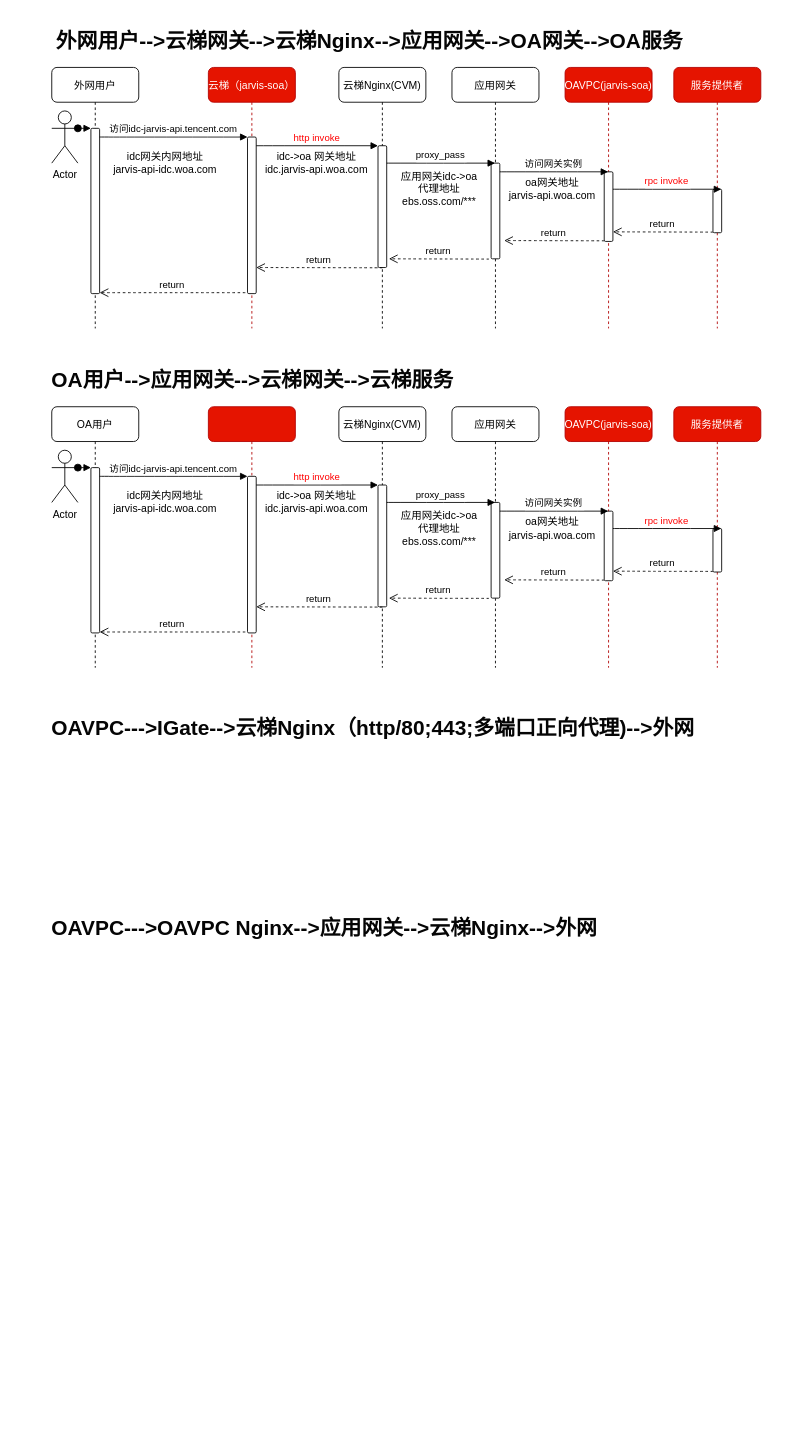
1247691206/JavaArchitect keeps this draw.io diagram as 链路调用（Cloud版本）.drawio. Above is the earlier version. Source tidied: cells renumbered, new cells numbered last; positions are measured from the earlier drawing's top-left corner, leaving out a move shared by most shapes. Both pictures are drawn from the tidied source at 87%, with x=0, y=0 at pixel (47, 23).
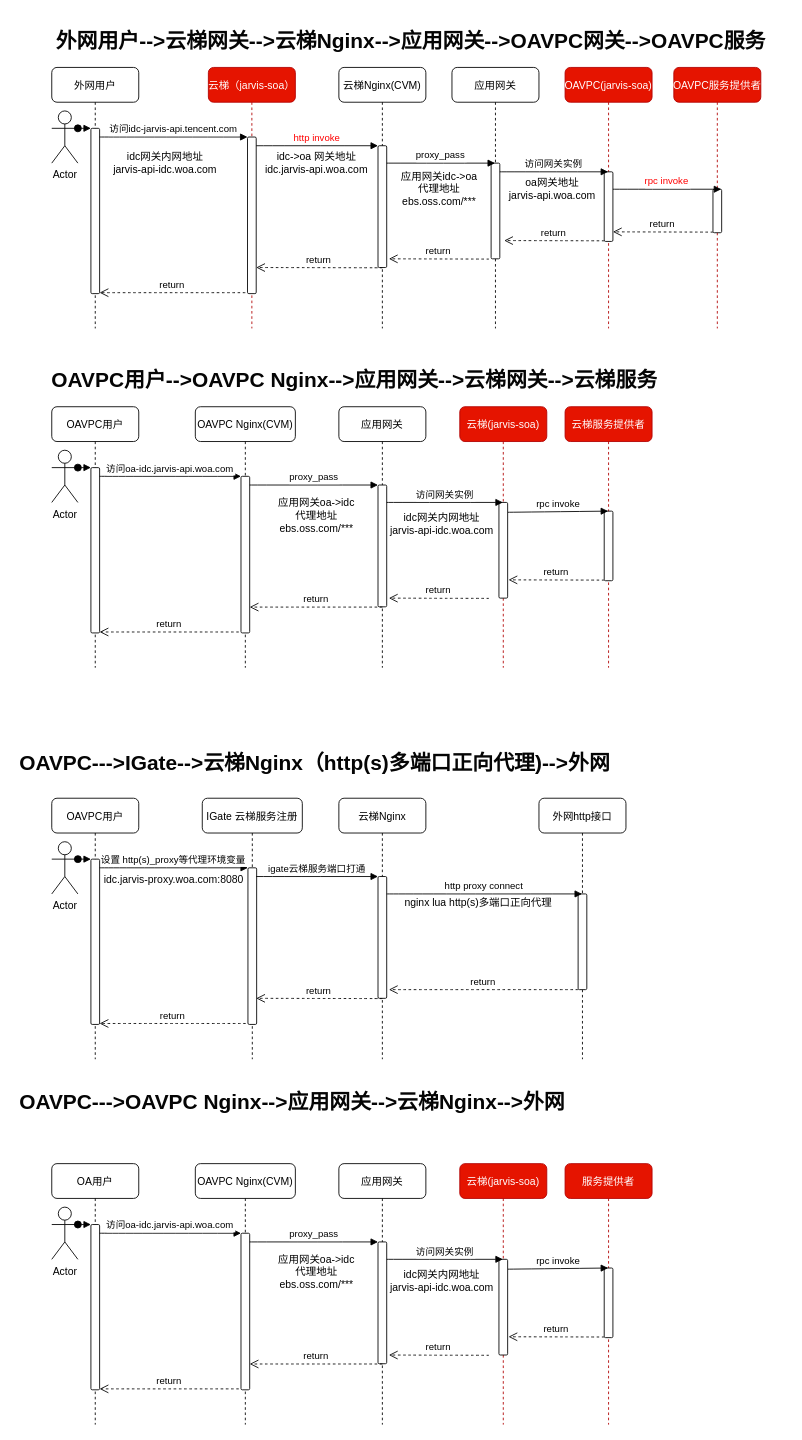
After the change.

Commit message (it also covers changes not shown here):
Update 链路调用（Cloud版本）.drawio

Unchanged cells that the change refers to:
```xml
<mxCell id="35" style="points=[];perimeter=orthogonalPerimeter;shadow=0;strokeWidth=1;rounded=1;" parent="34" vertex="1">
  <mxGeometry x="45" y="70" width="10" height="190" as="geometry" />
</mxCell>
<mxCell id="43" style="points=[];perimeter=orthogonalPerimeter;shadow=0;strokeWidth=1;rounded=1;" parent="42" vertex="1">
  <mxGeometry x="45" y="110" width="10" height="110" as="geometry" />
</mxCell>
```

Change to the diagram source:
```diff
@@
-    <mxCell id="20" value="服务提供者" style="shape=umlLifeline;perimeter=lifelinePerimeter;shadow=0;strokeWidth=1;rounded=1;fillColor=#e51400;strokeColor=#B20000;fontColor=#ffffff;" parent="1" vertex="1">
+    <mxCell id="20" value="OAVPC服务提供者" style="shape=umlLifeline;perimeter=lifelinePerimeter;shadow=0;strokeWidth=1;rounded=1;fillColor=#e51400;strokeColor=#B20000;fontColor=#ffffff;" parent="1" vertex="1">
       <mxGeometry x="720" y="50" width="100" height="300" as="geometry" />
     </mxCell>
@@
-    <mxCell id="30" value="&lt;h1&gt;外网用户--&amp;gt;云梯网关--&amp;gt;云梯Nginx--&amp;gt;应用网关--&amp;gt;OA网关--&amp;gt;OA服务&lt;/h1&gt;" style="text;html=1;strokeColor=none;fillColor=none;spacing=5;spacingTop=-20;whiteSpace=wrap;overflow=hidden;rounded=0;fontColor=#050505;" parent="1" vertex="1">
-      <mxGeometry x="5" width="735" height="40" as="geometry" />
+    <mxCell id="30" value="&lt;h1&gt;外网用户--&amp;gt;云梯网关--&amp;gt;云梯Nginx--&amp;gt;应用网关--&amp;gt;OAVPC网关--&amp;gt;OAVPC服务&lt;/h1&gt;" style="text;html=1;strokeColor=none;fillColor=none;spacing=5;spacingTop=-20;whiteSpace=wrap;overflow=hidden;rounded=0;fontColor=#050505;" parent="1" vertex="1">
+      <mxGeometry x="5" width="845" height="40" as="geometry" />
     </mxCell>
-    <mxCell id="31" value="&lt;h1&gt;OA用户--&amp;gt;应用网关--&amp;gt;云梯网关--&amp;gt;云梯服务&lt;/h1&gt;" style="text;html=1;strokeColor=none;fillColor=none;spacing=5;spacingTop=-20;whiteSpace=wrap;overflow=hidden;rounded=0;fontColor=#050505;" parent="1" vertex="1">
-      <mxGeometry y="390" width="585" height="40" as="geometry" />
+    <mxCell id="31" value="&lt;h1&gt;OAVPC用户--&amp;gt;OAVPC Nginx--&amp;gt;应用网关--&amp;gt;云梯网关--&amp;gt;云梯服务&lt;/h1&gt;" style="text;html=1;strokeColor=none;fillColor=none;spacing=5;spacingTop=-20;whiteSpace=wrap;overflow=hidden;rounded=0;fontColor=#050505;" parent="1" vertex="1">
+      <mxGeometry y="390" width="730" height="40" as="geometry" />
     </mxCell>
-    <mxCell id="32" value="&lt;h1&gt;OAVPC---&amp;gt;IGate--&amp;gt;云梯Nginx（http/80;443;多端口正向代理)--&amp;gt;外网&lt;/h1&gt;" style="text;html=1;strokeColor=none;fillColor=none;spacing=5;spacingTop=-20;whiteSpace=wrap;overflow=hidden;rounded=0;fontColor=#050505;" parent="1" vertex="1">
-      <mxGeometry y="790" width="755" height="40" as="geometry" />
+    <mxCell id="32" value="&lt;h1&gt;OAVPC---&amp;gt;IGate--&amp;gt;云梯Nginx（http(s)多端口正向代理)--&amp;gt;外网&lt;/h1&gt;" style="text;html=1;strokeColor=none;fillColor=none;spacing=5;spacingTop=-20;whiteSpace=wrap;overflow=hidden;rounded=0;fontColor=#050505;" parent="1" vertex="1">
+      <mxGeometry x="-37.5" y="830" width="755" height="40" as="geometry" />
     </mxCell>
     <mxCell id="33" value="&lt;h1&gt;OAVPC---&amp;gt;OAVPC Nginx--&amp;gt;应用网关--&amp;gt;云梯Nginx--&amp;gt;外网&lt;/h1&gt;" style="text;html=1;strokeColor=none;fillColor=none;spacing=5;spacingTop=-20;whiteSpace=wrap;overflow=hidden;rounded=0;fontColor=#050505;" parent="1" vertex="1">
-      <mxGeometry y="1020" width="755" height="40" as="geometry" />
+      <mxGeometry x="-37.5" y="1220" width="755" height="40" as="geometry" />
     </mxCell>
-    <mxCell id="34" value="OA用户" style="shape=umlLifeline;perimeter=lifelinePerimeter;shadow=0;strokeWidth=1;rounded=1;" parent="1" vertex="1">
+    <mxCell id="34" value="OAVPC用户" style="shape=umlLifeline;perimeter=lifelinePerimeter;shadow=0;strokeWidth=1;rounded=1;" parent="1" vertex="1">
       <mxGeometry x="5" y="440" width="100" height="300" as="geometry" />
     </mxCell>
@@
-    <mxCell id="36" style="shape=umlLifeline;perimeter=lifelinePerimeter;shadow=0;strokeWidth=1;rounded=1;fillColor=#e51400;strokeColor=#B20000;fontColor=#ffffff;" parent="1" vertex="1">
-      <mxGeometry x="185" y="440" width="100" height="300" as="geometry" />
+    <mxCell id="36" value="OAVPC Nginx(CVM)" style="shape=umlLifeline;perimeter=lifelinePerimeter;shadow=0;strokeWidth=1;rounded=1;" parent="1" vertex="1">
+      <mxGeometry x="170" y="440" width="115" height="300" as="geometry" />
     </mxCell>
     <mxCell id="37" style="points=[];perimeter=orthogonalPerimeter;shadow=0;strokeWidth=1;rounded=1;" parent="36" vertex="1">
-      <mxGeometry x="45" y="80" width="10" height="180" as="geometry" />
+      <mxGeometry x="52.5" y="80" width="10" height="180" as="geometry" />
     </mxCell>
@@
-    <mxCell id="39" value="访问idc-jarvis-api.tencent.com" style="verticalAlign=bottom;endArrow=block;entryX=0;entryY=0;shadow=0;strokeWidth=1;curved=1;" parent="1" edge="1" source="35" target="37">
+    <mxCell id="39" value="访问oa-idc.jarvis-api.woa.com" style="verticalAlign=bottom;endArrow=block;entryX=0;entryY=0;shadow=0;strokeWidth=1;curved=1;" parent="1" edge="1" source="35" target="37">
       <mxGeometry relative="1" as="geometry" />
     </mxCell>
-    <mxCell id="40" value="云梯Nginx(CVM)" style="shape=umlLifeline;perimeter=lifelinePerimeter;shadow=0;strokeWidth=1;rounded=1;" parent="1" vertex="1">
+    <mxCell id="40" value="应用网关" style="shape=umlLifeline;perimeter=lifelinePerimeter;shadow=0;strokeWidth=1;rounded=1;" parent="1" vertex="1">
       <mxGeometry x="335" y="440" width="100" height="300" as="geometry" />
     </mxCell>
@@
-    <mxCell id="42" value="应用网关" style="shape=umlLifeline;perimeter=lifelinePerimeter;shadow=0;strokeWidth=1;rounded=1;" parent="1" vertex="1">
-      <mxGeometry x="465" y="440" width="100" height="300" as="geometry" />
+    <mxCell id="42" value="云梯(jarvis-soa)" style="shape=umlLifeline;perimeter=lifelinePerimeter;shadow=0;strokeWidth=1;rounded=1;fillColor=#e51400;strokeColor=#B20000;fontColor=#ffffff;" parent="1" vertex="1">
+      <mxGeometry x="474" y="440" width="100" height="300" as="geometry" />
     </mxCell>
@@
-    <mxCell id="44" value="OAVPC(jarvis-soa)" style="shape=umlLifeline;perimeter=lifelinePerimeter;shadow=0;strokeWidth=1;rounded=1;fillColor=#e51400;strokeColor=#B20000;fontColor=#ffffff;" parent="1" vertex="1">
+    <mxCell id="44" value="云梯服务提供者" style="shape=umlLifeline;perimeter=lifelinePerimeter;shadow=0;strokeWidth=1;rounded=1;fillColor=#e51400;strokeColor=#B20000;fontColor=#ffffff;" parent="1" vertex="1">
       <mxGeometry x="595" y="440" width="100" height="300" as="geometry" />
     </mxCell>
@@
-    <mxCell id="46" value="return" style="verticalAlign=bottom;endArrow=open;dashed=1;endSize=8;exitX=0;exitY=0.95;shadow=0;strokeWidth=1;curved=1;" parent="44" edge="1">
-      <mxGeometry relative="1" as="geometry">
-        <mxPoint x="170" y="189.3" as="sourcePoint" />
-        <mxPoint x="55" y="189" as="targetPoint" />
-      </mxGeometry>
-    </mxCell>
@@
-    <mxCell id="49" value="http invoke" style="verticalAlign=bottom;endArrow=block;shadow=0;strokeWidth=1;curved=1;fontColor=#FF0000;" parent="1" edge="1">
+    <mxCell id="49" value="proxy_pass" style="verticalAlign=bottom;endArrow=block;shadow=0;strokeWidth=1;curved=1;fontColor=#050505;" parent="1" edge="1" source="37">
       <mxGeometry relative="1" as="geometry">
-        <mxPoint x="240" y="530" as="sourcePoint" />
         <mxPoint x="380" y="530" as="targetPoint" />
       </mxGeometry>
     </mxCell>
-    <mxCell id="50" value="proxy_pass" style="verticalAlign=bottom;endArrow=block;shadow=0;strokeWidth=1;curved=1;" parent="1" edge="1" target="42">
+    <mxCell id="50" value="访问网关实例" style="verticalAlign=bottom;endArrow=block;shadow=0;strokeWidth=1;curved=1;" parent="1" edge="1" target="42">
       <mxGeometry relative="1" as="geometry">
         <mxPoint x="390" y="550" as="sourcePoint" />
       </mxGeometry>
     </mxCell>
-    <mxCell id="51" value="访问网关实例" style="verticalAlign=bottom;endArrow=block;shadow=0;strokeWidth=1;curved=1;" parent="1" edge="1">
+    <mxCell id="51" value="rpc invoke" style="verticalAlign=bottom;endArrow=block;shadow=0;strokeWidth=1;curved=1;exitX=1.034;exitY=0.103;exitDx=0;exitDy=0;exitPerimeter=0;" parent="1" edge="1" source="43">
       <mxGeometry relative="1" as="geometry">
-        <mxPoint x="520" y="560" as="sourcePoint" />
         <mxPoint x="644.5" y="560" as="targetPoint" />
       </mxGeometry>
     </mxCell>
-    <mxCell id="52" value="服务提供者" style="shape=umlLifeline;perimeter=lifelinePerimeter;shadow=0;strokeWidth=1;rounded=1;fillColor=#e51400;strokeColor=#B20000;fontColor=#ffffff;" parent="1" vertex="1">
-      <mxGeometry x="720" y="440" width="100" height="300" as="geometry" />
-    </mxCell>
-    <mxCell id="53" style="perimeter=orthogonalPerimeter;shadow=0;strokeWidth=1;rounded=1;" parent="52" vertex="1">
-      <mxGeometry x="45" y="140" width="10" height="50" as="geometry" />
-    </mxCell>
-    <mxCell id="54" value="rpc invoke" style="verticalAlign=bottom;endArrow=block;shadow=0;strokeWidth=1;curved=1;fontColor=#FF0000;" parent="1" edge="1">
-      <mxGeometry relative="1" as="geometry">
-        <mxPoint x="650" y="580" as="sourcePoint" />
-        <mxPoint x="774.5" y="580" as="targetPoint" />
-      </mxGeometry>
-    </mxCell>
-    <mxCell id="55" value="应用网关idc-&amp;gt;oa&lt;br&gt;代理地址&lt;br&gt;ebs.oss.com/***" style="text;html=1;align=center;verticalAlign=middle;rounded=1;" parent="1" vertex="1">
-      <mxGeometry x="400" y="555" width="100" height="50" as="geometry" />
+    <mxCell id="55" value="idc网关内网地址&lt;br&gt;jarvis-api-idc.woa.com" style="text;html=1;align=center;verticalAlign=middle;rounded=1;" parent="1" vertex="1">
+      <mxGeometry x="388" y="560" width="130" height="30" as="geometry" />
     </mxCell>
-    <mxCell id="56" value="idc-&amp;gt;oa 网关地址&lt;br&gt;idc.jarvis-api.woa.com" style="text;html=1;align=center;verticalAlign=middle;rounded=1;" parent="1" vertex="1">
-      <mxGeometry x="244" y="535" width="130" height="30" as="geometry" />
-    </mxCell>
-    <mxCell id="57" value="oa网关地址&lt;br&gt;jarvis-api.woa.com" style="text;html=1;align=center;verticalAlign=middle;rounded=1;" parent="1" vertex="1">
-      <mxGeometry x="525" y="565" width="110" height="30" as="geometry" />
-    </mxCell>
-    <mxCell id="58" value="idc网关内网地址&lt;br&gt;jarvis-api-idc.woa.com" style="text;html=1;align=center;verticalAlign=middle;rounded=1;" parent="1" vertex="1">
-      <mxGeometry x="70" y="535" width="130" height="30" as="geometry" />
-    </mxCell>
     <mxCell id="59" value="return" style="verticalAlign=bottom;endArrow=open;dashed=1;endSize=8;exitX=0;exitY=0.95;shadow=0;strokeWidth=1;curved=1;" parent="1" edge="1">
       <mxGeometry relative="1" as="geometry">
         <mxPoint x="640" y="639.3" as="sourcePoint" />
-        <mxPoint x="525" y="639" as="targetPoint" />
+        <mxPoint x="530" y="639" as="targetPoint" />
       </mxGeometry>
     </mxCell>
@@
-    <mxCell id="61" value="return" style="verticalAlign=bottom;endArrow=open;dashed=1;endSize=8;exitX=0;exitY=0.95;shadow=0;strokeWidth=1;curved=1;" parent="1" edge="1">
+    <mxCell id="61" value="return" style="verticalAlign=bottom;endArrow=open;dashed=1;endSize=8;exitX=0;exitY=0.95;shadow=0;strokeWidth=1;curved=1;" parent="1" edge="1" target="37">
       <mxGeometry relative="1" as="geometry">
         <mxPoint x="385" y="670.3" as="sourcePoint" />
-        <mxPoint x="240" y="670" as="targetPoint" />
       </mxGeometry>
     </mxCell>
+    <mxCell id="62" value="应用网关oa-&amp;gt;idc&lt;br&gt;代理地址&lt;br&gt;ebs.oss.com/***" style="text;html=1;align=center;verticalAlign=middle;rounded=1;" parent="1" vertex="1">
+      <mxGeometry x="259" y="540" width="100" height="50" as="geometry" />
+    </mxCell>
+    <mxCell id="63" value="OAVPC用户" style="shape=umlLifeline;perimeter=lifelinePerimeter;shadow=0;strokeWidth=1;rounded=1;" parent="1" vertex="1">
+      <mxGeometry x="5" y="890" width="100" height="300" as="geometry" />
+    </mxCell>
+    <mxCell id="64" style="points=[];perimeter=orthogonalPerimeter;shadow=0;strokeWidth=1;rounded=1;" parent="63" vertex="1">
+      <mxGeometry x="45" y="70" width="10" height="190" as="geometry" />
+    </mxCell>
+    <mxCell id="65" value="IGate 云梯服务注册" style="shape=umlLifeline;perimeter=lifelinePerimeter;shadow=0;strokeWidth=1;rounded=1;" parent="1" vertex="1">
+      <mxGeometry x="178" y="890" width="115" height="300" as="geometry" />
+    </mxCell>
+    <mxCell id="66" style="points=[];perimeter=orthogonalPerimeter;shadow=0;strokeWidth=1;rounded=1;" parent="65" vertex="1">
+      <mxGeometry x="52.5" y="80" width="10" height="180" as="geometry" />
+    </mxCell>
+    <mxCell id="67" value="return" style="verticalAlign=bottom;endArrow=open;dashed=1;endSize=8;exitX=-0.25;exitY=0.994;shadow=0;strokeWidth=1;curved=1;exitDx=0;exitDy=0;exitPerimeter=0;" parent="1" edge="1" source="66" target="64">
+      <mxGeometry relative="1" as="geometry" />
+    </mxCell>
+    <mxCell id="68" value="设置 http(s)_proxy等代理环境变量" style="verticalAlign=bottom;endArrow=block;entryX=0;entryY=0;shadow=0;strokeWidth=1;curved=1;" parent="1" edge="1" source="64" target="66">
+      <mxGeometry relative="1" as="geometry" />
+    </mxCell>
+    <mxCell id="69" value="云梯Nginx" style="shape=umlLifeline;perimeter=lifelinePerimeter;shadow=0;strokeWidth=1;rounded=1;" parent="1" vertex="1">
+      <mxGeometry x="335" y="890" width="100" height="300" as="geometry" />
+    </mxCell>
+    <mxCell id="70" style="perimeter=orthogonalPerimeter;shadow=0;strokeWidth=1;rounded=1;" parent="69" vertex="1">
+      <mxGeometry x="45" y="90" width="10" height="140" as="geometry" />
+    </mxCell>
+    <mxCell id="71" value="外网http接口" style="shape=umlLifeline;perimeter=lifelinePerimeter;shadow=0;strokeWidth=1;rounded=1;" parent="1" vertex="1">
+      <mxGeometry x="565" y="890" width="100" height="300" as="geometry" />
+    </mxCell>
+    <mxCell id="72" style="points=[];perimeter=orthogonalPerimeter;shadow=0;strokeWidth=1;rounded=1;" parent="71" vertex="1">
+      <mxGeometry x="45" y="110" width="10" height="110" as="geometry" />
+    </mxCell>
+    <mxCell id="73" value="Actor" style="shape=umlActor;verticalLabelPosition=bottom;verticalAlign=top;html=1;outlineConnect=0;rounded=1;" parent="1" vertex="1">
+      <mxGeometry x="5" y="940" width="30" height="60" as="geometry" />
+    </mxCell>
+    <mxCell id="74" style="verticalAlign=bottom;startArrow=oval;endArrow=block;startSize=8;shadow=0;strokeWidth=1;exitX=1;exitY=0.3333333333333333;exitDx=0;exitDy=0;exitPerimeter=0;curved=1;" parent="1" edge="1" source="73" target="64">
+      <mxGeometry relative="1" as="geometry" />
+    </mxCell>
+    <mxCell id="75" value="igate云梯服务端口打通" style="verticalAlign=bottom;endArrow=block;shadow=0;strokeWidth=1;curved=1;fontColor=#050505;" parent="1" edge="1">
+      <mxGeometry relative="1" as="geometry">
+        <mxPoint x="240" y="980" as="sourcePoint" />
+        <mxPoint x="380" y="980" as="targetPoint" />
+      </mxGeometry>
+    </mxCell>
+    <mxCell id="76" value="http proxy connect" style="verticalAlign=bottom;endArrow=block;shadow=0;strokeWidth=1;curved=1;" parent="1" edge="1" target="71">
+      <mxGeometry relative="1" as="geometry">
+        <mxPoint x="390" y="1000" as="sourcePoint" />
+      </mxGeometry>
+    </mxCell>
+    <mxCell id="77" value="nginx lua http(s)多端口正向代理" style="text;html=1;align=center;verticalAlign=middle;rounded=1;" parent="1" vertex="1">
+      <mxGeometry x="405" y="1000" width="180" height="20" as="geometry" />
+    </mxCell>
+    <mxCell id="78" value="return" style="verticalAlign=bottom;endArrow=open;dashed=1;endSize=8;shadow=0;strokeWidth=1;curved=1;" parent="1" edge="1" source="72">
+      <mxGeometry relative="1" as="geometry">
+        <mxPoint x="392.5" y="1110" as="targetPoint" />
+      </mxGeometry>
+    </mxCell>
+    <mxCell id="79" value="return" style="verticalAlign=bottom;endArrow=open;dashed=1;endSize=8;exitX=0;exitY=0.95;shadow=0;strokeWidth=1;curved=1;" parent="1" edge="1">
+      <mxGeometry relative="1" as="geometry">
+        <mxPoint x="385" y="1120.3" as="sourcePoint" />
+        <mxPoint x="240" y="1120" as="targetPoint" />
+      </mxGeometry>
+    </mxCell>
+    <mxCell id="80" value="idc.jarvis-proxy.woa.com:8080" style="text;html=1;strokeColor=none;fillColor=none;align=center;verticalAlign=middle;whiteSpace=wrap;rounded=0;fontColor=#050505;" parent="1" vertex="1">
+      <mxGeometry x="59" y="974" width="173" height="20" as="geometry" />
+    </mxCell>
+    <mxCell id="81" value="OA用户" style="shape=umlLifeline;perimeter=lifelinePerimeter;shadow=0;strokeWidth=1;rounded=1;" parent="1" vertex="1">
+      <mxGeometry x="5" y="1310" width="100" height="300" as="geometry" />
+    </mxCell>
+    <mxCell id="82" style="points=[];perimeter=orthogonalPerimeter;shadow=0;strokeWidth=1;rounded=1;" parent="81" vertex="1">
+      <mxGeometry x="45" y="70" width="10" height="190" as="geometry" />
+    </mxCell>
+    <mxCell id="83" value="OAVPC Nginx(CVM)" style="shape=umlLifeline;perimeter=lifelinePerimeter;shadow=0;strokeWidth=1;rounded=1;" parent="1" vertex="1">
+      <mxGeometry x="170" y="1310" width="115" height="300" as="geometry" />
+    </mxCell>
+    <mxCell id="84" style="points=[];perimeter=orthogonalPerimeter;shadow=0;strokeWidth=1;rounded=1;" parent="83" vertex="1">
+      <mxGeometry x="52.5" y="80" width="10" height="180" as="geometry" />
+    </mxCell>
+    <mxCell id="85" value="return" style="verticalAlign=bottom;endArrow=open;dashed=1;endSize=8;exitX=-0.25;exitY=0.994;shadow=0;strokeWidth=1;curved=1;exitDx=0;exitDy=0;exitPerimeter=0;" parent="1" edge="1" source="84" target="82">
+      <mxGeometry relative="1" as="geometry" />
+    </mxCell>
+    <mxCell id="86" value="访问oa-idc.jarvis-api.woa.com" style="verticalAlign=bottom;endArrow=block;entryX=0;entryY=0;shadow=0;strokeWidth=1;curved=1;" parent="1" edge="1" source="82" target="84">
+      <mxGeometry relative="1" as="geometry" />
+    </mxCell>
+    <mxCell id="87" value="应用网关" style="shape=umlLifeline;perimeter=lifelinePerimeter;shadow=0;strokeWidth=1;rounded=1;" parent="1" vertex="1">
+      <mxGeometry x="335" y="1310" width="100" height="300" as="geometry" />
+    </mxCell>
+    <mxCell id="88" style="perimeter=orthogonalPerimeter;shadow=0;strokeWidth=1;rounded=1;" parent="87" vertex="1">
+      <mxGeometry x="45" y="90" width="10" height="140" as="geometry" />
+    </mxCell>
+    <mxCell id="89" value="云梯(jarvis-soa)" style="shape=umlLifeline;perimeter=lifelinePerimeter;shadow=0;strokeWidth=1;rounded=1;fillColor=#e51400;strokeColor=#B20000;fontColor=#ffffff;" parent="1" vertex="1">
+      <mxGeometry x="474" y="1310" width="100" height="300" as="geometry" />
+    </mxCell>
+    <mxCell id="90" style="points=[];perimeter=orthogonalPerimeter;shadow=0;strokeWidth=1;rounded=1;" parent="89" vertex="1">
+      <mxGeometry x="45" y="110" width="10" height="110" as="geometry" />
+    </mxCell>
+    <mxCell id="52" value="服务提供者" style="shape=umlLifeline;perimeter=lifelinePerimeter;shadow=0;strokeWidth=1;rounded=1;fillColor=#e51400;strokeColor=#B20000;fontColor=#ffffff;" parent="1" vertex="1">
+      <mxGeometry x="595" y="1310" width="100" height="300" as="geometry" />
+    </mxCell>
+    <mxCell id="91" style="perimeter=orthogonalPerimeter;shadow=0;strokeWidth=1;rounded=1;" parent="52" vertex="1">
+      <mxGeometry x="45" y="120" width="10" height="80" as="geometry" />
+    </mxCell>
+    <mxCell id="92" value="Actor" style="shape=umlActor;verticalLabelPosition=bottom;verticalAlign=top;html=1;outlineConnect=0;rounded=1;" parent="1" vertex="1">
+      <mxGeometry x="5" y="1360" width="30" height="60" as="geometry" />
+    </mxCell>
+    <mxCell id="93" style="verticalAlign=bottom;startArrow=oval;endArrow=block;startSize=8;shadow=0;strokeWidth=1;exitX=1;exitY=0.3333333333333333;exitDx=0;exitDy=0;exitPerimeter=0;curved=1;" parent="1" edge="1" source="92" target="82">
+      <mxGeometry relative="1" as="geometry" />
+    </mxCell>
+    <mxCell id="94" value="proxy_pass" style="verticalAlign=bottom;endArrow=block;shadow=0;strokeWidth=1;curved=1;fontColor=#050505;" parent="1" edge="1" source="84">
+      <mxGeometry relative="1" as="geometry">
+        <mxPoint x="380" y="1400" as="targetPoint" />
+      </mxGeometry>
+    </mxCell>
+    <mxCell id="95" value="访问网关实例" style="verticalAlign=bottom;endArrow=block;shadow=0;strokeWidth=1;curved=1;" parent="1" edge="1" target="89">
+      <mxGeometry relative="1" as="geometry">
+        <mxPoint x="390" y="1420" as="sourcePoint" />
+      </mxGeometry>
+    </mxCell>
+    <mxCell id="54" value="rpc invoke" style="verticalAlign=bottom;endArrow=block;shadow=0;strokeWidth=1;curved=1;exitX=1.034;exitY=0.103;exitDx=0;exitDy=0;exitPerimeter=0;" parent="1" edge="1" source="90">
+      <mxGeometry relative="1" as="geometry">
+        <mxPoint x="644.5" y="1430" as="targetPoint" />
+      </mxGeometry>
+    </mxCell>
+    <mxCell id="58" value="idc网关内网地址&lt;br&gt;jarvis-api-idc.woa.com" style="text;html=1;align=center;verticalAlign=middle;rounded=1;" parent="1" vertex="1">
+      <mxGeometry x="388" y="1430" width="130" height="30" as="geometry" />
+    </mxCell>
+    <mxCell id="96" value="return" style="verticalAlign=bottom;endArrow=open;dashed=1;endSize=8;exitX=0;exitY=0.95;shadow=0;strokeWidth=1;curved=1;" parent="1" edge="1">
+      <mxGeometry relative="1" as="geometry">
+        <mxPoint x="640" y="1509.3" as="sourcePoint" />
+        <mxPoint x="530" y="1509" as="targetPoint" />
+      </mxGeometry>
+    </mxCell>
+    <mxCell id="97" value="return" style="verticalAlign=bottom;endArrow=open;dashed=1;endSize=8;exitX=0;exitY=0.95;shadow=0;strokeWidth=1;curved=1;" parent="1" edge="1">
+      <mxGeometry relative="1" as="geometry">
+        <mxPoint x="507.5" y="1530.3" as="sourcePoint" />
+        <mxPoint x="392.5" y="1530" as="targetPoint" />
+      </mxGeometry>
+    </mxCell>
+    <mxCell id="98" value="return" style="verticalAlign=bottom;endArrow=open;dashed=1;endSize=8;exitX=0;exitY=0.95;shadow=0;strokeWidth=1;curved=1;" parent="1" edge="1" target="84">
+      <mxGeometry relative="1" as="geometry">
+        <mxPoint x="385" y="1540.3" as="sourcePoint" />
+      </mxGeometry>
+    </mxCell>
+    <mxCell id="99" value="应用网关oa-&amp;gt;idc&lt;br&gt;代理地址&lt;br&gt;ebs.oss.com/***" style="text;html=1;align=center;verticalAlign=middle;rounded=1;" parent="1" vertex="1">
+      <mxGeometry x="259" y="1410" width="100" height="50" as="geometry" />
+    </mxCell>
```
